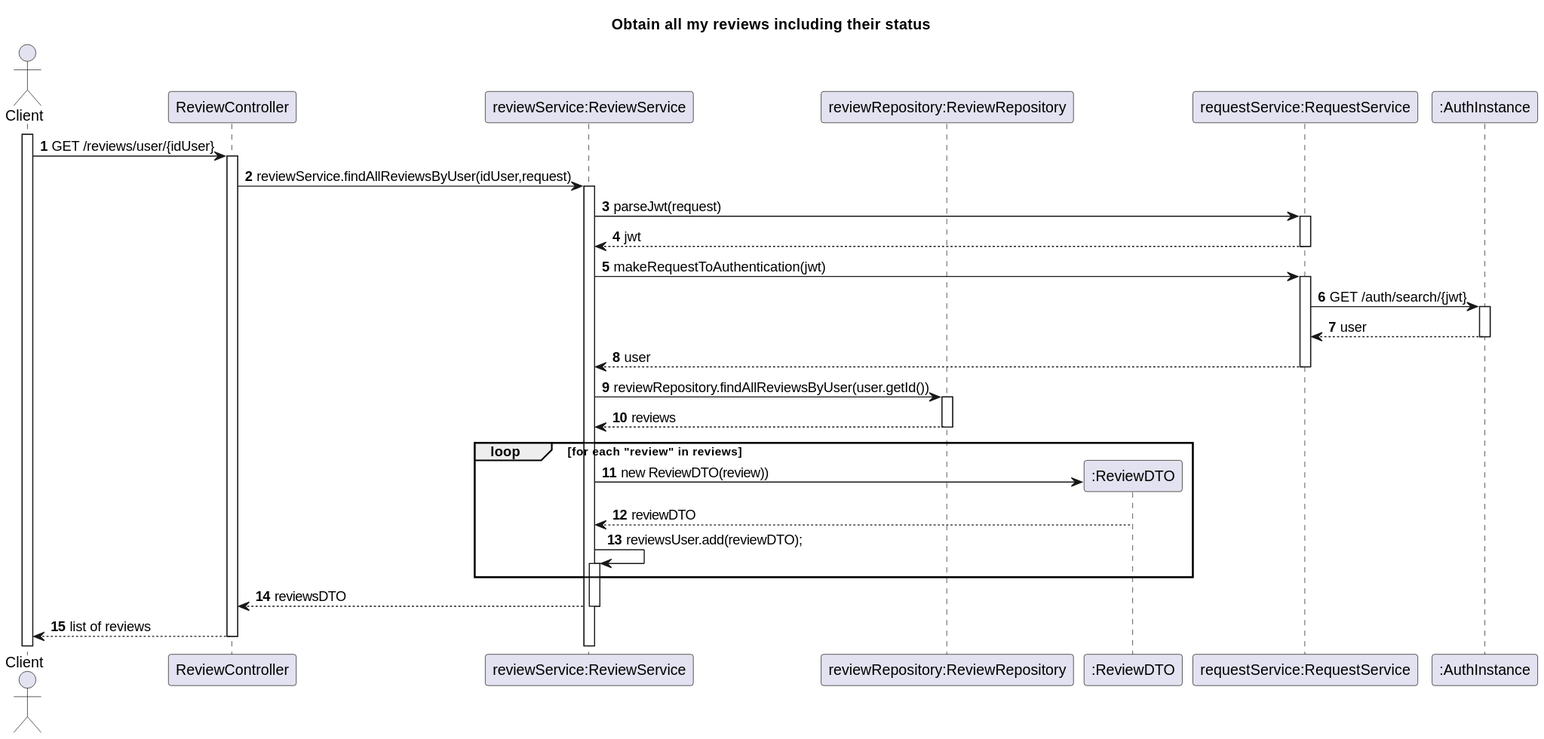
This is Docs/US11-SD.svg from TiagoNora/SIDIS-Docs, a PlantUML export, as it was before one commit. Its diagram source:
```plantuml
@startuml

title Obtain all my reviews including their status
autoactivate on
autonumber

actor "Client" as Client
participant "ReviewController" as Ctrl
participant "reviewService:ReviewService" as service
participant "reviewRepository:ReviewRepository" as Repo
participant ":ReviewDTO" as reviewDTO
participant "requestService:RequestService" as request
participant ":AuthInstance" as instanceAuth

activate Client

Client -> Ctrl : GET /reviews/user/{idUser}
Ctrl -> service : reviewService.findAllReviewsByUser(idUser,request)
service -> request : parseJwt(request)
request --> service: jwt
service -> request: makeRequestToAuthentication(jwt)
request -> instanceAuth: GET /auth/search/{jwt}
instanceAuth --> request: user
request --> service: user
service -> Repo: reviewRepository.findAllReviewsByUser(user.getId())
Repo --> service: reviews
loop for each "review" in reviews

    service -> reviewDTO**: new ReviewDTO(review))
    reviewDTO --> service: reviewDTO
    service -> service: reviewsUser.add(reviewDTO);
end loop
service --> Ctrl: reviewsDTO
Ctrl --> Client: list of reviews

@enduml
```
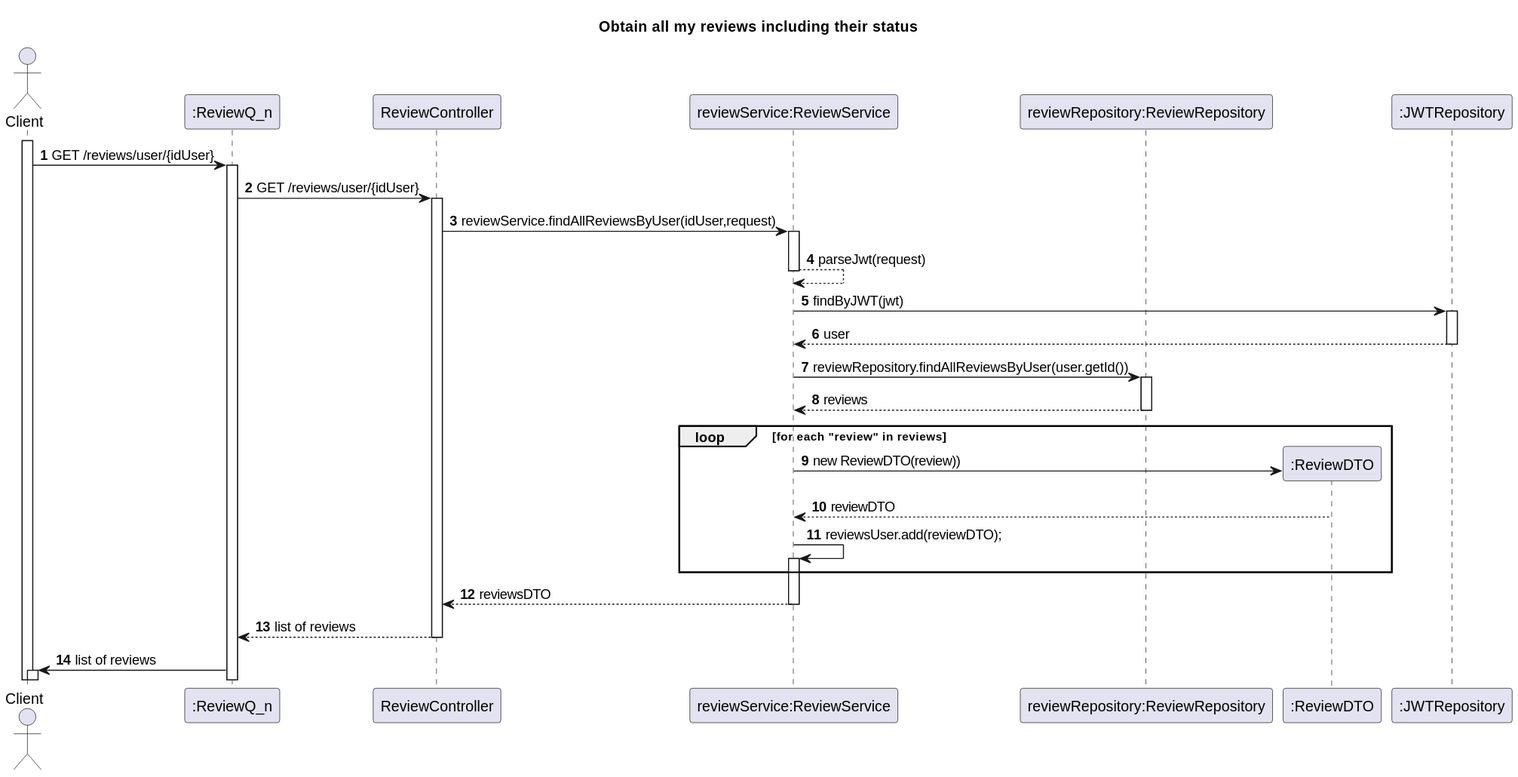
After the commit.

Diff of the diagram source:
```diff
@@ -5,23 +5,21 @@
 autonumber
 
 actor "Client" as Client
+participant ":ReviewQ_n" as reviewQ
 participant "ReviewController" as Ctrl
 participant "reviewService:ReviewService" as service
 participant "reviewRepository:ReviewRepository" as Repo
 participant ":ReviewDTO" as reviewDTO
-participant "requestService:RequestService" as request
-participant ":AuthInstance" as instanceAuth
+participant ":JWTRepository" as jwtRepository
 
 activate Client
 
-Client -> Ctrl : GET /reviews/user/{idUser}
+Client -> reviewQ : GET /reviews/user/{idUser}
+reviewQ -> Ctrl: GET /reviews/user/{idUser}
 Ctrl -> service : reviewService.findAllReviewsByUser(idUser,request)
-service -> request : parseJwt(request)
-request --> service: jwt
-service -> request: makeRequestToAuthentication(jwt)
-request -> instanceAuth: GET /auth/search/{jwt}
-instanceAuth --> request: user
-request --> service: user
+service --> service : parseJwt(request)
+service -> jwtRepository: findByJWT(jwt)
+jwtRepository --> service: user
 service -> Repo: reviewRepository.findAllReviewsByUser(user.getId())
 Repo --> service: reviews
 loop for each "review" in reviews
@@ -31,6 +29,7 @@
     service -> service: reviewsUser.add(reviewDTO);
 end loop
 service --> Ctrl: reviewsDTO
-Ctrl --> Client: list of reviews
+Ctrl --> reviewQ: list of reviews
+reviewQ -> Client: list of reviews
 
 @enduml
```
